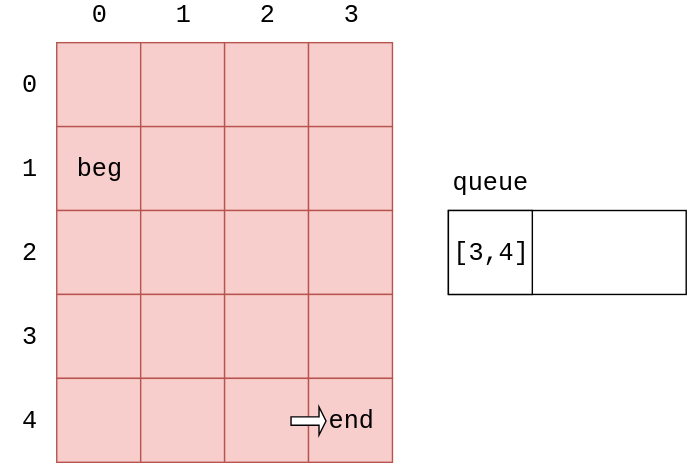
This is docs/Search/res/BreadthFirstSearch20.svg from linrongbin16/way-to-algorithm, a draw.io export, as it was before one commit. Source tidied: cells renumbered, new cells last; positions are measured from the earlier drawing's top-left corner, leaving out a move shared by most shapes.
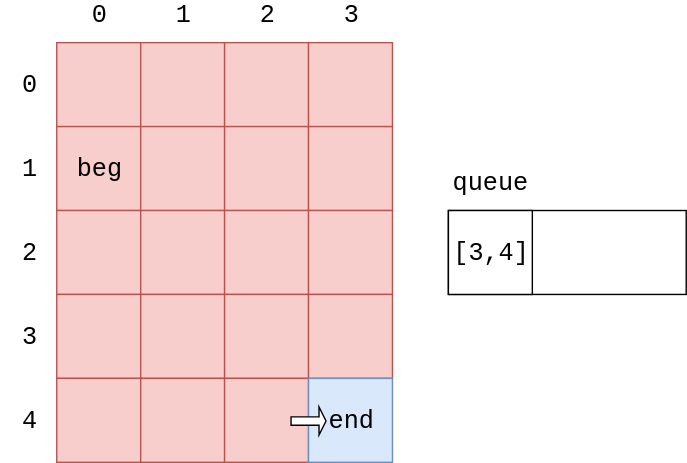
The same diagram one commit later.

What changed in the source:
```diff
@@ -86,7 +86,7 @@
     <mxCell id="29" style="rounded=0;whiteSpace=wrap;html=1;fontFamily=Courier New;fontSize=18;fillColor=#f8cecc;strokeColor=#b85450;shadow=0;" parent="1" vertex="1">
       <mxGeometry x="160" y="270" width="60" height="60" as="geometry" />
     </mxCell>
-    <mxCell id="30" value="end" style="rounded=0;whiteSpace=wrap;html=1;fontFamily=Courier New;fontSize=18;fillColor=#f8cecc;strokeColor=#b85450;" parent="1" vertex="1">
+    <mxCell id="30" value="end" style="rounded=0;whiteSpace=wrap;html=1;fontFamily=Courier New;fontSize=18;fillColor=#dae8fc;strokeColor=#6c8ebf;" parent="1" vertex="1">
       <mxGeometry x="220" y="270" width="60" height="60" as="geometry" />
     </mxCell>
     <mxCell id="31" value="queue" style="text;html=1;strokeColor=none;fillColor=none;align=center;verticalAlign=middle;whiteSpace=wrap;rounded=0;shadow=0;fontFamily=Courier New;fontSize=18;" parent="1" vertex="1">
```
